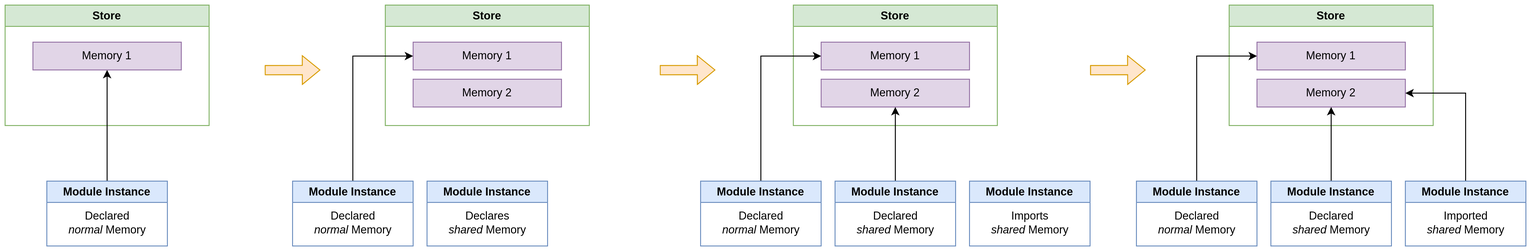
The draw.io diagram docs/shared_memory.png in AFKoffee/wasm-concurrency-analysis, before a commit. Source tidied: cells renumbered, new cells last; positions are measured from the earlier drawing's top-left corner, leaving out a move shared by most shapes. Source of this version:
```xml
<mxGraphModel>
  <root>
    <mxCell id="0" />
    <mxCell id="1" parent="0" />
    <mxCell id="2" value="Store" style="swimlane;whiteSpace=wrap;html=1;fillColor=#d5e8d4;strokeColor=#82b366;swimlaneFillColor=default;" parent="1" vertex="1">
      <mxGeometry x="410" width="220" height="130" as="geometry" />
    </mxCell>
    <mxCell id="3" value="Memory 1" style="rounded=0;whiteSpace=wrap;html=1;fillColor=#e1d5e7;strokeColor=#9673a6;" parent="2" vertex="1">
      <mxGeometry x="30" y="40" width="160" height="30" as="geometry" />
    </mxCell>
    <mxCell id="4" value="Memory 2" style="rounded=0;whiteSpace=wrap;html=1;fillColor=#e1d5e7;strokeColor=#9673a6;" parent="2" vertex="1">
      <mxGeometry x="30" y="80" width="160" height="30" as="geometry" />
    </mxCell>
    <mxCell id="5" style="edgeStyle=orthogonalEdgeStyle;rounded=0;jettySize=auto;html=1;" parent="1" edge="1" source="6" target="3">
      <mxGeometry relative="1" as="geometry">
        <Array as="points">
          <mxPoint x="375" y="55" />
        </Array>
      </mxGeometry>
    </mxCell>
    <mxCell id="6" value="Module Instance" style="swimlane;whiteSpace=wrap;html=1;fillColor=#dae8fc;strokeColor=#6c8ebf;swimlaneFillColor=default;" parent="1" vertex="1">
      <mxGeometry x="310" y="190" width="130" height="70" as="geometry" />
    </mxCell>
    <mxCell id="7" value="Declared&lt;br&gt;&lt;i&gt;normal&amp;nbsp;&lt;/i&gt;Memory" style="text;html=1;strokeColor=none;fillColor=none;align=center;verticalAlign=middle;whiteSpace=wrap;rounded=0;" parent="6" vertex="1">
      <mxGeometry x="27.5" y="30" width="75" height="30" as="geometry" />
    </mxCell>
    <mxCell id="8" value="Module Instance" style="swimlane;whiteSpace=wrap;html=1;swimlaneFillColor=default;fillColor=#dae8fc;strokeColor=#6c8ebf;" parent="1" vertex="1">
      <mxGeometry x="455" y="190" width="130" height="70" as="geometry" />
    </mxCell>
    <mxCell id="9" value="Declares&lt;br&gt;&lt;i&gt;shared&lt;/i&gt;&amp;nbsp;Memory" style="text;html=1;strokeColor=none;fillColor=none;align=center;verticalAlign=middle;whiteSpace=wrap;rounded=0;" parent="8" vertex="1">
      <mxGeometry x="27.5" y="30" width="75" height="30" as="geometry" />
    </mxCell>
    <mxCell id="10" value="Store" style="swimlane;whiteSpace=wrap;html=1;fillColor=#d5e8d4;strokeColor=#82b366;swimlaneFillColor=default;" parent="1" vertex="1">
      <mxGeometry x="1320" width="220" height="130" as="geometry" />
    </mxCell>
    <mxCell id="11" value="Memory 1" style="rounded=0;whiteSpace=wrap;html=1;fillColor=#e1d5e7;strokeColor=#9673a6;" parent="10" vertex="1">
      <mxGeometry x="30" y="40" width="160" height="30" as="geometry" />
    </mxCell>
    <mxCell id="12" value="Memory 2" style="rounded=0;whiteSpace=wrap;html=1;fillColor=#e1d5e7;strokeColor=#9673a6;" parent="10" vertex="1">
      <mxGeometry x="30" y="80" width="160" height="30" as="geometry" />
    </mxCell>
    <mxCell id="13" style="edgeStyle=orthogonalEdgeStyle;rounded=0;jettySize=auto;html=1;" parent="1" edge="1" source="14" target="11">
      <mxGeometry relative="1" as="geometry">
        <Array as="points">
          <mxPoint x="1285" y="55" />
        </Array>
      </mxGeometry>
    </mxCell>
    <mxCell id="14" value="Module Instance" style="swimlane;whiteSpace=wrap;html=1;fillColor=#dae8fc;strokeColor=#6c8ebf;swimlaneFillColor=default;" parent="1" vertex="1">
      <mxGeometry x="1220" y="190" width="130" height="70" as="geometry" />
    </mxCell>
    <mxCell id="15" value="Declared&lt;br&gt;&lt;i&gt;normal&amp;nbsp;&lt;/i&gt;Memory" style="text;html=1;strokeColor=none;fillColor=none;align=center;verticalAlign=middle;whiteSpace=wrap;rounded=0;" parent="14" vertex="1">
      <mxGeometry x="27.5" y="30" width="75" height="30" as="geometry" />
    </mxCell>
    <mxCell id="16" style="edgeStyle=orthogonalEdgeStyle;rounded=0;jettySize=auto;html=1;" parent="1" edge="1" source="17" target="12">
      <mxGeometry relative="1" as="geometry">
        <Array as="points">
          <mxPoint x="1575" y="95" />
        </Array>
      </mxGeometry>
    </mxCell>
    <mxCell id="17" value="Module Instance" style="swimlane;whiteSpace=wrap;html=1;swimlaneFillColor=default;fillColor=#dae8fc;strokeColor=#6c8ebf;" parent="1" vertex="1">
      <mxGeometry x="1510" y="190" width="130" height="70" as="geometry" />
    </mxCell>
    <mxCell id="18" value="Imported&lt;br&gt;&lt;i&gt;shared&lt;/i&gt;&amp;nbsp;Memory" style="text;html=1;strokeColor=none;fillColor=none;align=center;verticalAlign=middle;whiteSpace=wrap;rounded=0;" parent="17" vertex="1">
      <mxGeometry x="27.5" y="30" width="75" height="30" as="geometry" />
    </mxCell>
    <mxCell id="19" style="edgeStyle=orthogonalEdgeStyle;rounded=0;jettySize=auto;html=1;" parent="1" edge="1" target="12">
      <mxGeometry relative="1" as="geometry">
        <mxPoint x="1430" y="190" as="sourcePoint" />
      </mxGeometry>
    </mxCell>
    <mxCell id="20" value="Module Instance" style="swimlane;whiteSpace=wrap;html=1;swimlaneFillColor=default;fillColor=#dae8fc;strokeColor=#6c8ebf;" parent="1" vertex="1">
      <mxGeometry x="1365" y="190" width="130" height="70" as="geometry" />
    </mxCell>
    <mxCell id="21" value="Declared&lt;br&gt;&lt;i&gt;shared&lt;/i&gt;&amp;nbsp;Memory" style="text;html=1;strokeColor=none;fillColor=none;align=center;verticalAlign=middle;whiteSpace=wrap;rounded=0;" parent="20" vertex="1">
      <mxGeometry x="27.5" y="30" width="75" height="30" as="geometry" />
    </mxCell>
    <mxCell id="22" value="Store" style="swimlane;whiteSpace=wrap;html=1;fillColor=#d5e8d4;strokeColor=#82b366;swimlaneFillColor=default;" parent="1" vertex="1">
      <mxGeometry x="850" width="220" height="130" as="geometry" />
    </mxCell>
    <mxCell id="23" value="Memory 1" style="rounded=0;whiteSpace=wrap;html=1;fillColor=#e1d5e7;strokeColor=#9673a6;" parent="22" vertex="1">
      <mxGeometry x="30" y="40" width="160" height="30" as="geometry" />
    </mxCell>
    <mxCell id="24" value="Memory 2" style="rounded=0;whiteSpace=wrap;html=1;fillColor=#e1d5e7;strokeColor=#9673a6;" parent="22" vertex="1">
      <mxGeometry x="30" y="80" width="160" height="30" as="geometry" />
    </mxCell>
    <mxCell id="25" style="edgeStyle=orthogonalEdgeStyle;rounded=0;jettySize=auto;html=1;" parent="1" edge="1" source="26" target="23">
      <mxGeometry relative="1" as="geometry">
        <Array as="points">
          <mxPoint x="815" y="55" />
        </Array>
      </mxGeometry>
    </mxCell>
    <mxCell id="26" value="Module Instance" style="swimlane;whiteSpace=wrap;html=1;fillColor=#dae8fc;strokeColor=#6c8ebf;swimlaneFillColor=default;" parent="1" vertex="1">
      <mxGeometry x="750" y="190" width="130" height="70" as="geometry" />
    </mxCell>
    <mxCell id="27" value="Declared&lt;br&gt;&lt;i&gt;normal&amp;nbsp;&lt;/i&gt;Memory" style="text;html=1;strokeColor=none;fillColor=none;align=center;verticalAlign=middle;whiteSpace=wrap;rounded=0;" parent="26" vertex="1">
      <mxGeometry x="27.5" y="30" width="75" height="30" as="geometry" />
    </mxCell>
    <mxCell id="28" value="Module Instance" style="swimlane;whiteSpace=wrap;html=1;swimlaneFillColor=default;fillColor=#dae8fc;strokeColor=#6c8ebf;" parent="1" vertex="1">
      <mxGeometry x="1040" y="190" width="130" height="70" as="geometry" />
    </mxCell>
    <mxCell id="29" value="Imports&lt;br&gt;&lt;i&gt;shared&lt;/i&gt;&amp;nbsp;Memory" style="text;html=1;strokeColor=none;fillColor=none;align=center;verticalAlign=middle;whiteSpace=wrap;rounded=0;" parent="28" vertex="1">
      <mxGeometry x="27.5" y="30" width="75" height="30" as="geometry" />
    </mxCell>
    <mxCell id="30" style="edgeStyle=orthogonalEdgeStyle;rounded=0;jettySize=auto;html=1;" parent="1" edge="1" target="24">
      <mxGeometry relative="1" as="geometry">
        <mxPoint x="960" y="190" as="sourcePoint" />
      </mxGeometry>
    </mxCell>
    <mxCell id="31" value="Module Instance" style="swimlane;whiteSpace=wrap;html=1;swimlaneFillColor=default;fillColor=#dae8fc;strokeColor=#6c8ebf;" parent="1" vertex="1">
      <mxGeometry x="895" y="190" width="130" height="70" as="geometry" />
    </mxCell>
    <mxCell id="32" value="Declared&lt;br&gt;&lt;i&gt;shared&lt;/i&gt;&amp;nbsp;Memory" style="text;html=1;strokeColor=none;fillColor=none;align=center;verticalAlign=middle;whiteSpace=wrap;rounded=0;" parent="31" vertex="1">
      <mxGeometry x="27.5" y="30" width="75" height="30" as="geometry" />
    </mxCell>
    <mxCell id="33" style="shape=flexArrow;endArrow=classic;html=1;rounded=0;fillColor=#ffe6cc;strokeColor=#d79b00;" parent="1" edge="1">
      <mxGeometry relative="1" as="geometry">
        <mxPoint x="1170" y="70.2" as="sourcePoint" />
        <mxPoint x="1230" y="70" as="targetPoint" />
      </mxGeometry>
    </mxCell>
    <mxCell id="34" style="shape=flexArrow;endArrow=classic;html=1;rounded=0;fillColor=#ffe6cc;strokeColor=#d79b00;" parent="1" edge="1">
      <mxGeometry relative="1" as="geometry">
        <mxPoint x="706" y="70.2" as="sourcePoint" />
        <mxPoint x="766" y="70" as="targetPoint" />
      </mxGeometry>
    </mxCell>
    <mxCell id="35" value="Store" style="swimlane;whiteSpace=wrap;html=1;fillColor=#d5e8d4;strokeColor=#82b366;swimlaneFillColor=default;" parent="1" vertex="1">
      <mxGeometry width="220" height="130" as="geometry" />
    </mxCell>
    <mxCell id="36" value="Memory 1" style="rounded=0;whiteSpace=wrap;html=1;fillColor=#e1d5e7;strokeColor=#9673a6;" parent="35" vertex="1">
      <mxGeometry x="30" y="40" width="160" height="30" as="geometry" />
    </mxCell>
    <mxCell id="37" style="edgeStyle=orthogonalEdgeStyle;rounded=0;jettySize=auto;html=1;" parent="1" edge="1" source="38" target="36">
      <mxGeometry relative="1" as="geometry" />
    </mxCell>
    <mxCell id="38" value="Module Instance" style="swimlane;whiteSpace=wrap;html=1;swimlaneFillColor=default;fillColor=#dae8fc;strokeColor=#6c8ebf;" parent="1" vertex="1">
      <mxGeometry x="45" y="190" width="130" height="70" as="geometry" />
    </mxCell>
    <mxCell id="39" value="Declared&lt;br&gt;&lt;i&gt;normal&amp;nbsp;&lt;/i&gt;Memory" style="text;html=1;strokeColor=none;fillColor=none;align=center;verticalAlign=middle;whiteSpace=wrap;rounded=0;" parent="38" vertex="1">
      <mxGeometry x="27.5" y="30" width="75" height="30" as="geometry" />
    </mxCell>
    <mxCell id="40" style="shape=flexArrow;endArrow=classic;html=1;rounded=0;fillColor=#ffe6cc;strokeColor=#d79b00;" parent="1" edge="1">
      <mxGeometry relative="1" as="geometry">
        <mxPoint x="280" y="70.2" as="sourcePoint" />
        <mxPoint x="340" y="70" as="targetPoint" />
      </mxGeometry>
    </mxCell>
  </root>
</mxGraphModel>
```
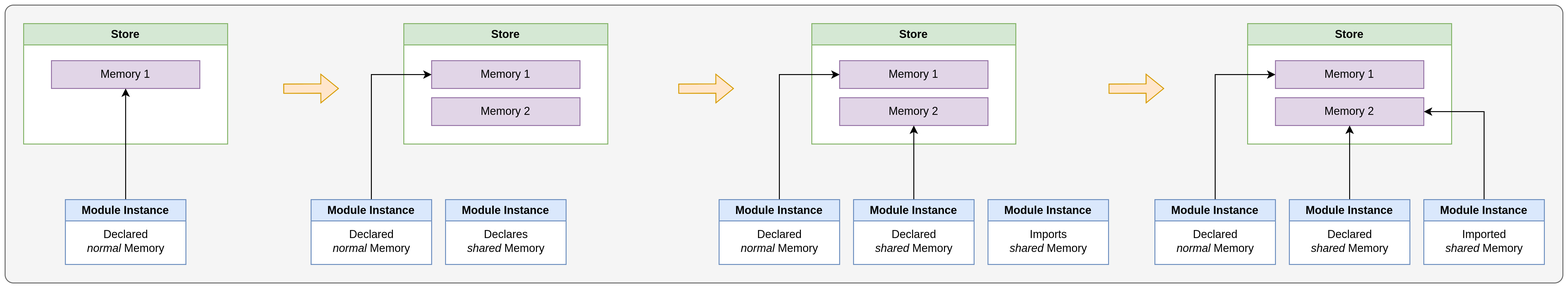
Later version of the same file.

Change to the diagram source:
```diff
@@ -2,6 +2,9 @@
   <root>
     <mxCell id="0" />
     <mxCell id="1" parent="0" />
+    <mxCell id="41" style="rounded=1;whiteSpace=wrap;html=1;fillColor=#f5f5f5;fontColor=#333333;strokeColor=#666666;fontStyle=1;verticalAlign=top;labelPosition=center;verticalLabelPosition=middle;align=center;arcSize=3;" parent="1" vertex="1">
+      <mxGeometry x="-20" y="-20" width="1680" height="300" as="geometry" />
+    </mxCell>
     <mxCell id="2" value="Store" style="swimlane;whiteSpace=wrap;html=1;fillColor=#d5e8d4;strokeColor=#82b366;swimlaneFillColor=default;" parent="1" vertex="1">
       <mxGeometry x="410" width="220" height="130" as="geometry" />
     </mxCell>
```
